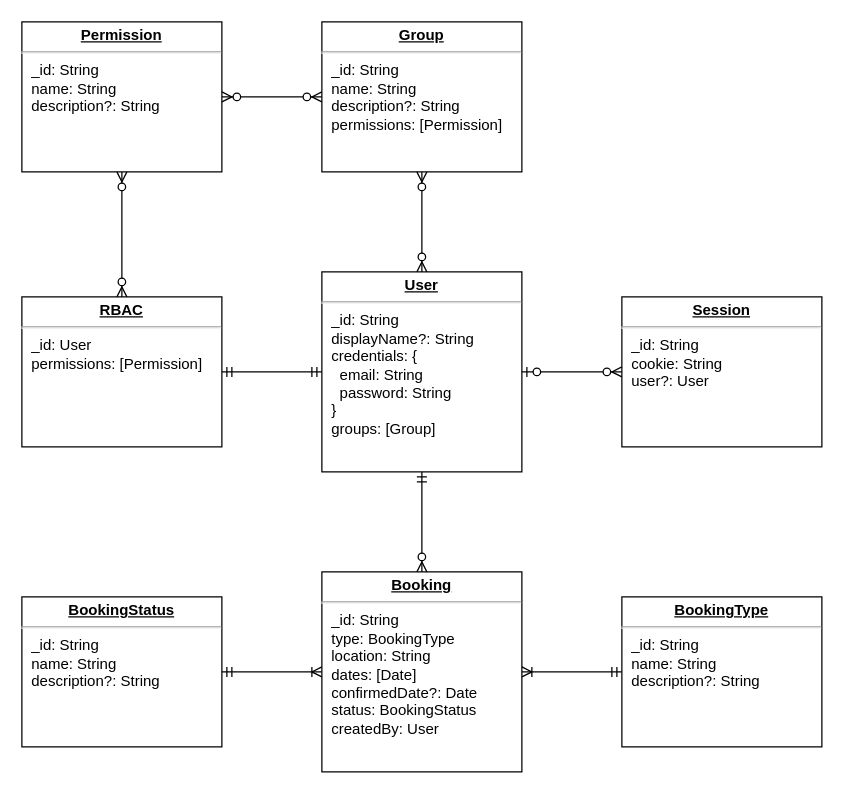
This is docs/database-design.drawio from fhg-test/fhg-test, a draw.io file, before an edit. Source tidied: cells renumbered, new cells numbered last; positions are measured from the earlier drawing's top-left corner, leaving out a move shared by most shapes. Both pictures are drawn from the tidied source at 125%, with x=0, y=0 at pixel (21, 21).
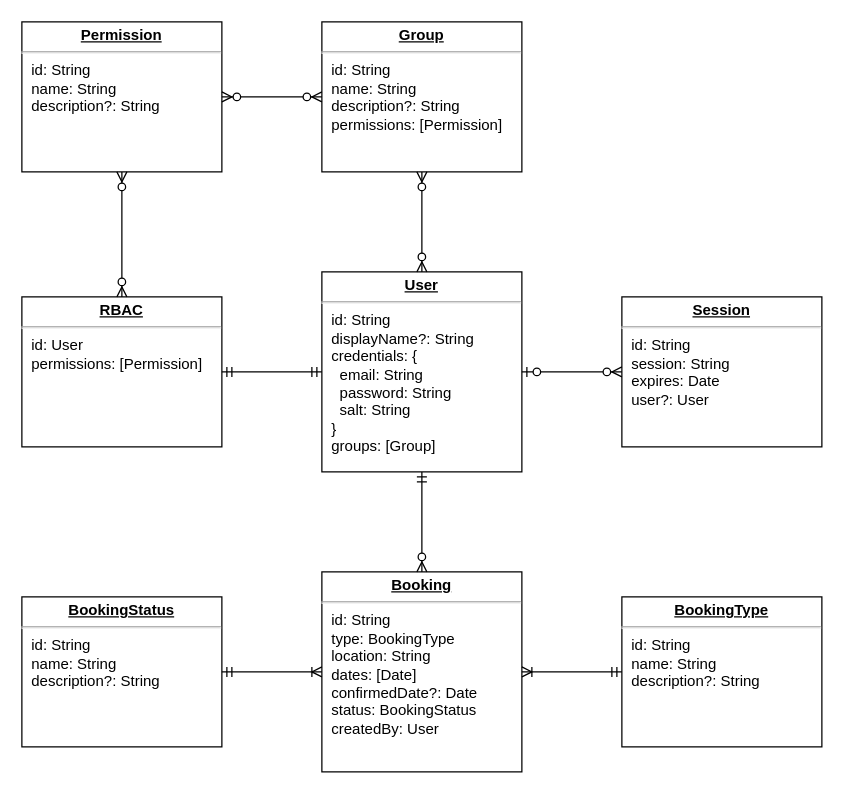
The same page after the edit.

Commit message (it also covers changes not shown here):
docs: update Architectural Design, Database Design & Technologies sections

Diff of the diagram source:
```diff
@@
 <mxGraphModel>
   <root>
     <mxCell id="0" />
     <mxCell id="1" parent="0" />
-    <mxCell id="2" value="&lt;p style=&quot;margin: 0px ; margin-top: 4px ; text-align: center ; text-decoration: underline&quot;&gt;&lt;strong&gt;Permission&lt;/strong&gt;&lt;/p&gt;&lt;hr&gt;&lt;p style=&quot;margin: 0px ; margin-left: 8px&quot;&gt;_id: String&lt;/p&gt;&lt;p style=&quot;margin: 0px ; margin-left: 8px&quot;&gt;name: String&lt;/p&gt;&lt;p style=&quot;margin: 0px ; margin-left: 8px&quot;&gt;description?: String&lt;/p&gt;" style="verticalAlign=top;align=left;overflow=fill;fontSize=12;fontFamily=Helvetica;html=1;shadow=0;" parent="1" vertex="1">
+    <mxCell id="2" value="&lt;p style=&quot;margin: 0px ; margin-top: 4px ; text-align: center ; text-decoration: underline&quot;&gt;&lt;strong&gt;Permission&lt;/strong&gt;&lt;/p&gt;&lt;hr&gt;&lt;p style=&quot;margin: 0px ; margin-left: 8px&quot;&gt;id: String&lt;/p&gt;&lt;p style=&quot;margin: 0px ; margin-left: 8px&quot;&gt;name: String&lt;/p&gt;&lt;p style=&quot;margin: 0px ; margin-left: 8px&quot;&gt;description?: String&lt;/p&gt;" style="verticalAlign=top;align=left;overflow=fill;fontSize=12;fontFamily=Helvetica;html=1;shadow=0;" parent="1" vertex="1">
       <mxGeometry width="160" height="120" as="geometry" />
     </mxCell>
-    <mxCell id="3" value="&lt;p style=&quot;margin: 0px ; margin-top: 4px ; text-align: center ; text-decoration: underline&quot;&gt;&lt;b&gt;Group&lt;/b&gt;&lt;/p&gt;&lt;hr&gt;&lt;p style=&quot;margin: 0px ; margin-left: 8px&quot;&gt;_id: String&lt;/p&gt;&lt;p style=&quot;margin: 0px ; margin-left: 8px&quot;&gt;name: String&lt;/p&gt;&lt;p style=&quot;margin: 0px ; margin-left: 8px&quot;&gt;description?: String&lt;/p&gt;&lt;p style=&quot;margin: 0px ; margin-left: 8px&quot;&gt;permissions: [Permission]&lt;/p&gt;" style="verticalAlign=top;align=left;overflow=fill;fontSize=12;fontFamily=Helvetica;html=1;shadow=0;" parent="1" vertex="1">
+    <mxCell id="3" value="&lt;p style=&quot;margin: 0px ; margin-top: 4px ; text-align: center ; text-decoration: underline&quot;&gt;&lt;b&gt;Group&lt;/b&gt;&lt;/p&gt;&lt;hr&gt;&lt;p style=&quot;margin: 0px ; margin-left: 8px&quot;&gt;id: String&lt;/p&gt;&lt;p style=&quot;margin: 0px ; margin-left: 8px&quot;&gt;name: String&lt;/p&gt;&lt;p style=&quot;margin: 0px ; margin-left: 8px&quot;&gt;description?: String&lt;/p&gt;&lt;p style=&quot;margin: 0px ; margin-left: 8px&quot;&gt;permissions: [Permission]&lt;/p&gt;" style="verticalAlign=top;align=left;overflow=fill;fontSize=12;fontFamily=Helvetica;html=1;shadow=0;" parent="1" vertex="1">
       <mxGeometry x="240" width="160" height="120" as="geometry" />
     </mxCell>
-    <mxCell id="4" value="&lt;p style=&quot;margin: 0px ; margin-top: 4px ; text-align: center ; text-decoration: underline&quot;&gt;&lt;b&gt;User&lt;/b&gt;&lt;/p&gt;&lt;hr&gt;&lt;p style=&quot;margin: 0px ; margin-left: 8px&quot;&gt;_id: String&lt;/p&gt;&lt;p style=&quot;margin: 0px ; margin-left: 8px&quot;&gt;displayName?: String&lt;/p&gt;&lt;p style=&quot;margin: 0px ; margin-left: 8px&quot;&gt;credentials: {&lt;/p&gt;&lt;p style=&quot;margin: 0px ; margin-left: 8px&quot;&gt;&amp;nbsp; email: String&lt;/p&gt;&lt;p style=&quot;margin: 0px ; margin-left: 8px&quot;&gt;&amp;nbsp; password: String&lt;/p&gt;&lt;p style=&quot;margin: 0px ; margin-left: 8px&quot;&gt;}&lt;/p&gt;&lt;p style=&quot;margin: 0px ; margin-left: 8px&quot;&gt;groups: [Group]&lt;br&gt;&lt;/p&gt;" style="verticalAlign=top;align=left;overflow=fill;fontSize=12;fontFamily=Helvetica;html=1;shadow=0;" parent="1" vertex="1">
+    <mxCell id="4" value="&lt;p style=&quot;margin: 0px ; margin-top: 4px ; text-align: center ; text-decoration: underline&quot;&gt;&lt;b&gt;User&lt;/b&gt;&lt;/p&gt;&lt;hr&gt;&lt;p style=&quot;margin: 0px ; margin-left: 8px&quot;&gt;id: String&lt;/p&gt;&lt;p style=&quot;margin: 0px ; margin-left: 8px&quot;&gt;displayName?: String&lt;/p&gt;&lt;p style=&quot;margin: 0px ; margin-left: 8px&quot;&gt;credentials: {&lt;/p&gt;&lt;p style=&quot;margin: 0px ; margin-left: 8px&quot;&gt;&amp;nbsp; email: String&lt;/p&gt;&lt;p style=&quot;margin: 0px ; margin-left: 8px&quot;&gt;&amp;nbsp; password: String&lt;/p&gt;&lt;p style=&quot;margin: 0px ; margin-left: 8px&quot;&gt;&amp;nbsp; salt: String&lt;/p&gt;&lt;p style=&quot;margin: 0px ; margin-left: 8px&quot;&gt;}&lt;/p&gt;&lt;p style=&quot;margin: 0px ; margin-left: 8px&quot;&gt;groups: [Group]&lt;br&gt;&lt;/p&gt;" style="verticalAlign=top;align=left;overflow=fill;fontSize=12;fontFamily=Helvetica;html=1;shadow=0;" parent="1" vertex="1">
       <mxGeometry x="240" y="200" width="160" height="160" as="geometry" />
     </mxCell>
-    <mxCell id="5" value="&lt;p style=&quot;margin: 0px ; margin-top: 4px ; text-align: center ; text-decoration: underline&quot;&gt;&lt;b&gt;Session&lt;/b&gt;&lt;/p&gt;&lt;hr&gt;&lt;p style=&quot;margin: 0px ; margin-left: 8px&quot;&gt;_id: String&lt;/p&gt;&lt;p style=&quot;margin: 0px ; margin-left: 8px&quot;&gt;cookie: String&lt;/p&gt;&lt;p style=&quot;margin: 0px ; margin-left: 8px&quot;&gt;user?: User&lt;/p&gt;" style="verticalAlign=top;align=left;overflow=fill;fontSize=12;fontFamily=Helvetica;html=1;shadow=0;" parent="1" vertex="1">
+    <mxCell id="5" value="&lt;p style=&quot;margin: 0px ; margin-top: 4px ; text-align: center ; text-decoration: underline&quot;&gt;&lt;b&gt;Session&lt;/b&gt;&lt;/p&gt;&lt;hr&gt;&lt;p style=&quot;margin: 0px ; margin-left: 8px&quot;&gt;id: String&lt;/p&gt;&lt;p style=&quot;margin: 0px ; margin-left: 8px&quot;&gt;session: String&lt;/p&gt;&lt;p style=&quot;margin: 0px ; margin-left: 8px&quot;&gt;expires: Date&lt;/p&gt;&lt;p style=&quot;margin: 0px ; margin-left: 8px&quot;&gt;user?: User&lt;/p&gt;" style="verticalAlign=top;align=left;overflow=fill;fontSize=12;fontFamily=Helvetica;html=1;shadow=0;" parent="1" vertex="1">
       <mxGeometry x="480" y="220" width="160" height="120" as="geometry" />
     </mxCell>
-    <mxCell id="6" value="&lt;p style=&quot;margin: 0px ; margin-top: 4px ; text-align: center ; text-decoration: underline&quot;&gt;&lt;b&gt;Booking&lt;/b&gt;&lt;/p&gt;&lt;hr&gt;&lt;p style=&quot;margin: 0px ; margin-left: 8px&quot;&gt;_id: String&lt;/p&gt;&lt;p style=&quot;margin: 0px ; margin-left: 8px&quot;&gt;type: BookingType&lt;/p&gt;&lt;p style=&quot;margin: 0px ; margin-left: 8px&quot;&gt;location: String&lt;/p&gt;&lt;p style=&quot;margin: 0px ; margin-left: 8px&quot;&gt;dates: [Date]&lt;/p&gt;&lt;p style=&quot;margin: 0px ; margin-left: 8px&quot;&gt;confirmedDate?: Date&lt;/p&gt;&lt;p style=&quot;margin: 0px ; margin-left: 8px&quot;&gt;status: BookingStatus&lt;/p&gt;&lt;p style=&quot;margin: 0px ; margin-left: 8px&quot;&gt;createdBy: User&lt;/p&gt;" style="verticalAlign=top;align=left;overflow=fill;fontSize=12;fontFamily=Helvetica;html=1;shadow=0;" parent="1" vertex="1">
+    <mxCell id="6" value="&lt;p style=&quot;margin: 0px ; margin-top: 4px ; text-align: center ; text-decoration: underline&quot;&gt;&lt;b&gt;Booking&lt;/b&gt;&lt;/p&gt;&lt;hr&gt;&lt;p style=&quot;margin: 0px ; margin-left: 8px&quot;&gt;id: String&lt;/p&gt;&lt;p style=&quot;margin: 0px ; margin-left: 8px&quot;&gt;type: BookingType&lt;/p&gt;&lt;p style=&quot;margin: 0px ; margin-left: 8px&quot;&gt;location: String&lt;/p&gt;&lt;p style=&quot;margin: 0px ; margin-left: 8px&quot;&gt;dates: [Date]&lt;/p&gt;&lt;p style=&quot;margin: 0px ; margin-left: 8px&quot;&gt;confirmedDate?: Date&lt;/p&gt;&lt;p style=&quot;margin: 0px ; margin-left: 8px&quot;&gt;status: BookingStatus&lt;/p&gt;&lt;p style=&quot;margin: 0px ; margin-left: 8px&quot;&gt;createdBy: User&lt;/p&gt;" style="verticalAlign=top;align=left;overflow=fill;fontSize=12;fontFamily=Helvetica;html=1;shadow=0;" parent="1" vertex="1">
       <mxGeometry x="240" y="440" width="160" height="160" as="geometry" />
     </mxCell>
-    <mxCell id="7" value="&lt;p style=&quot;margin: 0px ; margin-top: 4px ; text-align: center ; text-decoration: underline&quot;&gt;&lt;b&gt;BookingType&lt;/b&gt;&lt;/p&gt;&lt;hr&gt;&lt;p style=&quot;margin: 0px ; margin-left: 8px&quot;&gt;_id: String&lt;/p&gt;&lt;p style=&quot;margin: 0px ; margin-left: 8px&quot;&gt;name: String&lt;/p&gt;&lt;p style=&quot;margin: 0px ; margin-left: 8px&quot;&gt;description?: String&lt;/p&gt;" style="verticalAlign=top;align=left;overflow=fill;fontSize=12;fontFamily=Helvetica;html=1;shadow=0;" parent="1" vertex="1">
+    <mxCell id="7" value="&lt;p style=&quot;margin: 0px ; margin-top: 4px ; text-align: center ; text-decoration: underline&quot;&gt;&lt;b&gt;BookingType&lt;/b&gt;&lt;/p&gt;&lt;hr&gt;&lt;p style=&quot;margin: 0px ; margin-left: 8px&quot;&gt;id: String&lt;/p&gt;&lt;p style=&quot;margin: 0px ; margin-left: 8px&quot;&gt;name: String&lt;/p&gt;&lt;p style=&quot;margin: 0px ; margin-left: 8px&quot;&gt;description?: String&lt;/p&gt;" style="verticalAlign=top;align=left;overflow=fill;fontSize=12;fontFamily=Helvetica;html=1;shadow=0;" parent="1" vertex="1">
       <mxGeometry x="480" y="460" width="160" height="120" as="geometry" />
     </mxCell>
-    <mxCell id="8" value="&lt;p style=&quot;margin: 0px ; margin-top: 4px ; text-align: center ; text-decoration: underline&quot;&gt;&lt;b&gt;BookingStatus&lt;/b&gt;&lt;/p&gt;&lt;hr&gt;&lt;p style=&quot;margin: 0px ; margin-left: 8px&quot;&gt;_id: String&lt;/p&gt;&lt;p style=&quot;margin: 0px ; margin-left: 8px&quot;&gt;name: String&lt;/p&gt;&lt;p style=&quot;margin: 0px ; margin-left: 8px&quot;&gt;description?: String&lt;/p&gt;" style="verticalAlign=top;align=left;overflow=fill;fontSize=12;fontFamily=Helvetica;html=1;shadow=0;" parent="1" vertex="1">
+    <mxCell id="8" value="&lt;p style=&quot;margin: 0px ; margin-top: 4px ; text-align: center ; text-decoration: underline&quot;&gt;&lt;b&gt;BookingStatus&lt;/b&gt;&lt;/p&gt;&lt;hr&gt;&lt;p style=&quot;margin: 0px ; margin-left: 8px&quot;&gt;id: String&lt;/p&gt;&lt;p style=&quot;margin: 0px ; margin-left: 8px&quot;&gt;name: String&lt;/p&gt;&lt;p style=&quot;margin: 0px ; margin-left: 8px&quot;&gt;description?: String&lt;/p&gt;" style="verticalAlign=top;align=left;overflow=fill;fontSize=12;fontFamily=Helvetica;html=1;shadow=0;" parent="1" vertex="1">
       <mxGeometry y="460" width="160" height="120" as="geometry" />
     </mxCell>
     <mxCell id="9" style="fontSize=12;html=1;endArrow=ERzeroToMany;startArrow=ERzeroToMany;edgeStyle=orthogonalEdgeStyle;exitX=0;exitY=0.5;exitDx=0;exitDy=0;entryX=1;entryY=0.5;entryDx=0;entryDy=0;startFill=1;" parent="1" edge="1" source="3" target="2">
       <mxGeometry relative="1" as="geometry" />
     </mxCell>
     <mxCell id="10" style="fontSize=12;html=1;endArrow=ERzeroToMany;startArrow=ERzeroToMany;edgeStyle=orthogonalEdgeStyle;exitX=0.5;exitY=0;exitDx=0;exitDy=0;startFill=1;entryX=0.5;entryY=1;entryDx=0;entryDy=0;" parent="1" edge="1" source="4" target="3">
       <mxGeometry relative="1" as="geometry" />
     </mxCell>
     <mxCell id="11" style="fontSize=12;html=1;endArrow=ERzeroToOne;startArrow=ERzeroToMany;edgeStyle=orthogonalEdgeStyle;exitX=0;exitY=0.5;exitDx=0;exitDy=0;entryX=1;entryY=0.5;entryDx=0;entryDy=0;startFill=1;endFill=1;" parent="1" edge="1" source="5" target="4">
       <mxGeometry relative="1" as="geometry" />
     </mxCell>
     <mxCell id="12" style="fontSize=12;html=1;endArrow=ERzeroToMany;startArrow=ERmandOne;edgeStyle=orthogonalEdgeStyle;exitX=0.5;exitY=1;exitDx=0;exitDy=0;entryX=0.5;entryY=0;entryDx=0;entryDy=0;startFill=0;endFill=1;" parent="1" edge="1" source="4" target="6">
       <mxGeometry relative="1" as="geometry" />
     </mxCell>
     <mxCell id="13" style="fontSize=12;html=1;endArrow=ERoneToMany;startArrow=ERmandOne;edgeStyle=orthogonalEdgeStyle;exitX=1;exitY=0.5;exitDx=0;exitDy=0;entryX=0;entryY=0.5;entryDx=0;entryDy=0;startFill=0;endFill=0;" parent="1" edge="1" source="8" target="6">
       <mxGeometry relative="1" as="geometry" />
     </mxCell>
     <mxCell id="14" style="fontSize=12;html=1;endArrow=ERoneToMany;startArrow=ERmandOne;edgeStyle=orthogonalEdgeStyle;exitX=0;exitY=0.5;exitDx=0;exitDy=0;entryX=1;entryY=0.5;entryDx=0;entryDy=0;startFill=0;endFill=0;" parent="1" edge="1" source="7" target="6">
       <mxGeometry relative="1" as="geometry" />
     </mxCell>
-    <mxCell id="15" value="&lt;p style=&quot;margin: 0px ; margin-top: 4px ; text-align: center ; text-decoration: underline&quot;&gt;&lt;b&gt;RBAC&lt;/b&gt;&lt;/p&gt;&lt;hr&gt;&lt;p style=&quot;margin: 0px ; margin-left: 8px&quot;&gt;_id: User&lt;/p&gt;&lt;p style=&quot;margin: 0px ; margin-left: 8px&quot;&gt;permissions: [Permission]&lt;/p&gt;" style="verticalAlign=top;align=left;overflow=fill;fontSize=12;fontFamily=Helvetica;html=1;shadow=0;" parent="1" vertex="1">
+    <mxCell id="15" value="&lt;p style=&quot;margin: 0px ; margin-top: 4px ; text-align: center ; text-decoration: underline&quot;&gt;&lt;b&gt;RBAC&lt;/b&gt;&lt;/p&gt;&lt;hr&gt;&lt;p style=&quot;margin: 0px ; margin-left: 8px&quot;&gt;id: User&lt;/p&gt;&lt;p style=&quot;margin: 0px ; margin-left: 8px&quot;&gt;permissions: [Permission]&lt;/p&gt;" style="verticalAlign=top;align=left;overflow=fill;fontSize=12;fontFamily=Helvetica;html=1;shadow=0;" parent="1" vertex="1">
       <mxGeometry y="220" width="160" height="120" as="geometry" />
     </mxCell>
     <mxCell id="16" style="fontSize=12;html=1;endArrow=ERzeroToMany;startArrow=ERzeroToMany;edgeStyle=orthogonalEdgeStyle;exitX=0.5;exitY=0;exitDx=0;exitDy=0;entryX=0.5;entryY=1;entryDx=0;entryDy=0;startFill=1;" parent="1" edge="1" source="15" target="2">
       <mxGeometry relative="1" as="geometry" />
     </mxCell>
     <mxCell id="17" style="fontSize=12;html=1;endArrow=ERmandOne;startArrow=ERmandOne;edgeStyle=orthogonalEdgeStyle;exitX=0;exitY=0.5;exitDx=0;exitDy=0;entryX=1;entryY=0.5;entryDx=0;entryDy=0;startFill=0;endFill=0;" parent="1" edge="1" source="4" target="15">
       <mxGeometry relative="1" as="geometry" />
     </mxCell>
   </root>
 </mxGraphModel>
```
